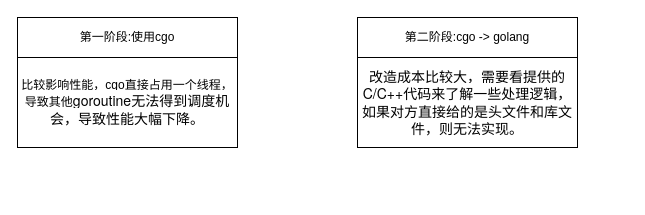
Before: cgo问题_20190902.drawio in SaturnRings/draw, a draw.io diagram. Source tidied: cells renumbered, new cells numbered last; positions are measured from the earlier drawing's top-left corner, leaving out a move shared by most shapes. Both pictures are drawn from the tidied source at 100%, with x=0, y=0 at pixel (17, 17).
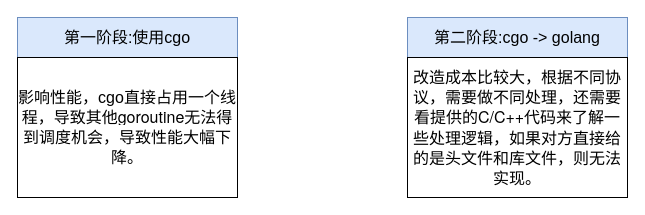
After the change.

The edit, as a diff of the source:
```diff
@@
 <mxGraphModel>
   <root>
     <mxCell id="0" />
     <mxCell id="1" parent="0" />
-    <mxCell id="2" value="第一阶段:使用cgo" style="rounded=0;whiteSpace=wrap;html=1;" parent="1" vertex="1">
+    <mxCell id="2" value="第一阶段:使用cgo" style="rounded=0;whiteSpace=wrap;html=1;fillColor=#dae8fc;strokeColor=#6c8ebf;fontSize=16;" parent="1" vertex="1">
       <mxGeometry width="220" height="40" as="geometry" />
     </mxCell>
-    <mxCell id="3" value="比较影响性能，cgo直接占用一个线程，导致其他&lt;span style=&quot;font-family: &amp;#34;helvetica neue&amp;#34; , &amp;#34;luxi sans&amp;#34; , &amp;#34;dejavu sans&amp;#34; , &amp;#34;tahoma&amp;#34; , &amp;#34;hiragino sans gb&amp;#34; , &amp;#34;microsoft yahei&amp;#34; , sans-serif ; font-size: 14px ; text-align: left ; background-color: rgb(255 , 255 , 255)&quot;&gt;goroutine无法得到调度机会，导致性能大幅下降。&lt;br&gt;&lt;/span&gt;" style="rounded=0;whiteSpace=wrap;html=1;" parent="1" vertex="1">
-      <mxGeometry y="40" width="220" height="90" as="geometry" />
+    <mxCell id="3" value="影响性能，cgo直接占用一个线程，导致其他&lt;span style=&quot;font-family: &amp;#34;helvetica neue&amp;#34; , &amp;#34;luxi sans&amp;#34; , &amp;#34;dejavu sans&amp;#34; , &amp;#34;tahoma&amp;#34; , &amp;#34;hiragino sans gb&amp;#34; , &amp;#34;microsoft yahei&amp;#34; , sans-serif ; font-size: 16px ; text-align: left ; background-color: rgb(255 , 255 , 255)&quot;&gt;goroutine无法得到调度机会，导致性能大幅下降。&lt;br style=&quot;font-size: 16px&quot;&gt;&lt;/span&gt;" style="rounded=0;whiteSpace=wrap;html=1;fontSize=16;" parent="1" vertex="1">
+      <mxGeometry y="40" width="220" height="140" as="geometry" />
     </mxCell>
-    <mxCell id="4" value="第二阶段:cgo -&amp;gt; golang" style="rounded=0;whiteSpace=wrap;html=1;" parent="1" vertex="1">
-      <mxGeometry x="340" width="220" height="40" as="geometry" />
+    <mxCell id="4" value="第二阶段:cgo -&amp;gt; golang" style="rounded=0;whiteSpace=wrap;html=1;fillColor=#dae8fc;strokeColor=#6c8ebf;fontSize=16;" parent="1" vertex="1">
+      <mxGeometry x="390" width="220" height="40" as="geometry" />
     </mxCell>
-    <mxCell id="5" value="&lt;span style=&quot;font-family: &amp;#34;helvetica neue&amp;#34; , &amp;#34;luxi sans&amp;#34; , &amp;#34;dejavu sans&amp;#34; , &amp;#34;tahoma&amp;#34; , &amp;#34;hiragino sans gb&amp;#34; , &amp;#34;microsoft yahei&amp;#34; , sans-serif ; font-size: 14px ; text-align: left ; background-color: rgb(255 , 255 , 255)&quot;&gt;改造成本比较大，需要看提供的C/C++代码来了解一些处理逻辑，如果对方直接给的是头文件和库文件，则无法实现。&lt;br&gt;&lt;/span&gt;" style="rounded=0;whiteSpace=wrap;html=1;" parent="1" vertex="1">
-      <mxGeometry x="340" y="40" width="220" height="90" as="geometry" />
+    <mxCell id="5" value="&lt;span style=&quot;font-family: &amp;#34;helvetica neue&amp;#34; , &amp;#34;luxi sans&amp;#34; , &amp;#34;dejavu sans&amp;#34; , &amp;#34;tahoma&amp;#34; , &amp;#34;hiragino sans gb&amp;#34; , &amp;#34;microsoft yahei&amp;#34; , sans-serif ; font-size: 16px ; text-align: left ; background-color: rgb(255 , 255 , 255)&quot;&gt;改造成本比较大，根据不同协议，需要做不同处理，还需要看提供的C/C++代码来了解一些处理逻辑，如果对方直接给的是头文件和库文件，则无法实现。&lt;br style=&quot;font-size: 16px&quot;&gt;&lt;/span&gt;" style="rounded=0;whiteSpace=wrap;html=1;fontSize=16;" parent="1" vertex="1">
+      <mxGeometry x="390" y="40" width="220" height="140" as="geometry" />
     </mxCell>
   </root>
 </mxGraphModel>
```
